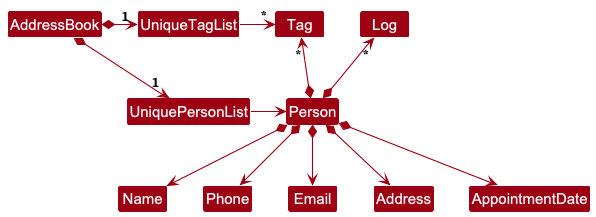
Above: docs/images/BetterModelClassDiagram.png in nus-cs2103-AY2425S1/tp (PlantUML), before the change.
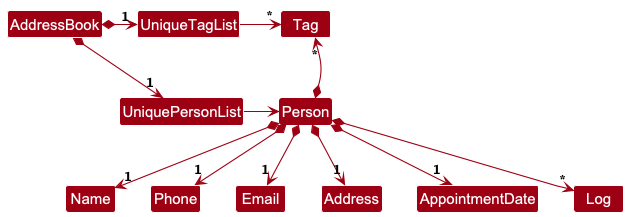
After the commit.

Diff of the diagram source:
```diff
@@ -9,16 +9,15 @@
 UniqueTagList -[hidden]down- UniquePersonList
 UniqueTagList -[hidden]down- UniquePersonList
 
+Person -[hidden]up- Tag
 UniqueTagList -right-> "*" Tag
 UniquePersonList -right-> Person
 
-Person *-up-> "*" Tag
-Person *-up-> "*" Log
-Tag -[hidden]right-> Log
-
-Person *--> Name
-Person *--> Phone
-Person *--> Email
-Person *--> Address
-Person *--> AppointmentDate
+Person *--> "1" Name
+Person *--> "1" Phone
+Person *--> "1" Email
+Person *--> "1" Address
+Person *--> "1" AppointmentDate
+Person *--> "*" Tag
+Person *--> "*" Log
 @enduml
```
